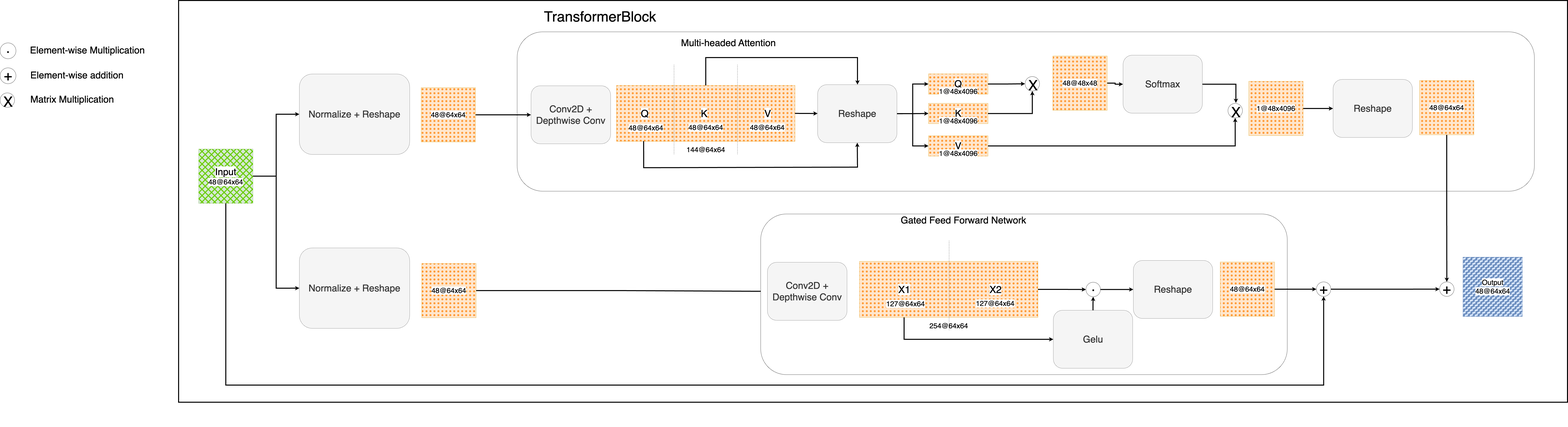
mostafa-k-m/seasalt keeps this draw.io diagram as paper/assets/architecture/TransformerBlock.png. Above is the earlier version. Source tidied: cells renumbered, new cells last; positions are measured from the earlier drawing's top-left corner, leaving out a move shared by most shapes.
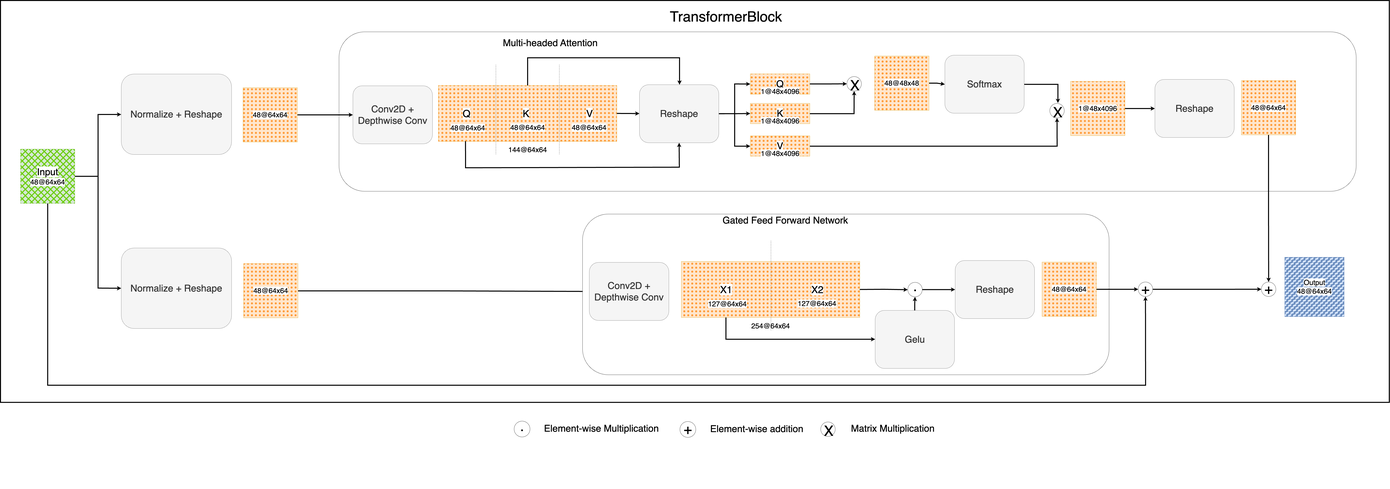
Above is the later version.

Diff of the diagram source:
```````diff
@@ -3,13 +3,13 @@
     <mxCell id="0" />
     <mxCell id="1" parent="0" />
     <mxCell id="2" value="§" style="group;" parent="1" vertex="1">
-      <mxGeometry x="900" width="7003" height="2152" as="geometry" />
+      <mxGeometry x="900" width="7003" height="2464.3" as="geometry" />
     </mxCell>
     <mxCell id="3" value="``````" style="rounded=0;whiteSpace=wrap;html=1;glass=0;strokeWidth=5;" parent="2" vertex="1">
       <mxGeometry width="7003" height="2027.5" as="geometry" />
     </mxCell>
     <mxCell id="4" value="&lt;font style=&quot;font-size: 72px;&quot;&gt;TransformerBlock&lt;/font&gt;" style="text;html=1;align=center;verticalAlign=middle;strokeColor=none;fillColor=none;" parent="2" vertex="1">
-      <mxGeometry x="1833" y="33.9" width="584" height="98" as="geometry" />
+      <mxGeometry x="3366" y="33.9" width="584" height="98" as="geometry" />
     </mxCell>
     <mxCell id="5" style="edgeStyle=orthogonalEdgeStyle;rounded=0;jettySize=auto;html=1;strokeWidth=5;" parent="2" edge="1" source="8" target="9">
       <mxGeometry relative="1" as="geometry" />
@@ -330,8 +330,8 @@
     <mxCell id="101" value="&lt;div&gt;&lt;font style=&quot;font-size: 36px; background-color: light-dark(#ffffff, var(--ge-dark-color, #121212));&quot;&gt;48@64x64&lt;/font&gt;&lt;/div&gt;" style="whiteSpace=wrap;html=1;fillColor=#FF9933;strokeColor=none;strokeWidth=10;fillStyle=dots;" parent="2" vertex="1">
       <mxGeometry x="5252" y="1319.6" width="274" height="274" as="geometry" />
     </mxCell>
-    <mxCell id="102" style="group;" parent="1" vertex="1">
-      <mxGeometry y="192" width="120" height="118" as="geometry" />
+    <mxCell id="102" style="group;" parent="2" vertex="1">
+      <mxGeometry x="2590" y="2100" width="120" height="118" as="geometry" />
     </mxCell>
     <mxCell id="103" style="group;" parent="102" vertex="1">
       <mxGeometry y="20" width="120" height="98" as="geometry" />
@@ -342,11 +342,11 @@
     <mxCell id="105" value="&lt;font style=&quot;font-size: 72px;&quot;&gt;.&lt;/font&gt;" style="text;html=1;align=center;verticalAlign=middle;strokeColor=none;fillColor=none;" parent="102" vertex="1">
       <mxGeometry x="21" width="38" height="98" as="geometry" />
     </mxCell>
-    <mxCell id="106" value="&lt;font style=&quot;font-size: 72px;&quot;&gt;+&lt;/font&gt;" style="ellipse;whiteSpace=wrap;html=1;" parent="1" vertex="1">
-      <mxGeometry y="340" width="80" height="80" as="geometry" />
+    <mxCell id="106" value="&lt;font style=&quot;font-size: 72px;&quot;&gt;+&lt;/font&gt;" style="ellipse;whiteSpace=wrap;html=1;" parent="2" vertex="1">
+      <mxGeometry x="3426" y="2124" width="80" height="80" as="geometry" />
     </mxCell>
-    <mxCell id="107" style="group;" parent="1" vertex="1">
-      <mxGeometry y="464" width="80" height="92.3" as="geometry" />
+    <mxCell id="107" style="group;" parent="2" vertex="1">
+      <mxGeometry x="4136" y="2124" width="80" height="92.3" as="geometry" />
     </mxCell>
     <mxCell id="108" style="ellipse;whiteSpace=wrap;html=1;" parent="107" vertex="1">
       <mxGeometry y="2.4" width="73.1" height="73.1" as="geometry" />
@@ -354,14 +354,14 @@
     <mxCell id="109" value="&lt;font style=&quot;font-size: 72px;&quot;&gt;X&lt;/font&gt;" style="text;html=1;align=center;verticalAlign=middle;strokeColor=none;fillColor=none;" parent="107" vertex="1">
       <mxGeometry x="7" width="66" height="98" as="geometry" />
     </mxCell>
-    <mxCell id="110" value="&lt;font style=&quot;font-size: 48px;&quot;&gt;Element-wise Multiplication&lt;/font&gt;" style="text;html=1;align=left;verticalAlign=middle;strokeColor=none;fillColor=none;" parent="1" vertex="1">
-      <mxGeometry x="149" y="216" width="597" height="70" as="geometry" />
+    <mxCell id="110" value="&lt;font style=&quot;font-size: 48px;&quot;&gt;Element-wise Multiplication&lt;/font&gt;" style="text;html=1;align=left;verticalAlign=middle;strokeColor=none;fillColor=none;" parent="2" vertex="1">
+      <mxGeometry x="2739" y="2124" width="597" height="70" as="geometry" />
     </mxCell>
-    <mxCell id="111" value="&lt;font style=&quot;font-size: 48px;&quot;&gt;Element-wise addition&lt;/font&gt;" style="text;html=1;align=left;verticalAlign=middle;strokeColor=none;fillColor=none;" parent="1" vertex="1">
-      <mxGeometry x="151" y="342" width="488" height="70" as="geometry" />
+    <mxCell id="111" value="&lt;font style=&quot;font-size: 48px;&quot;&gt;Element-wise addition&lt;/font&gt;" style="text;html=1;align=left;verticalAlign=middle;strokeColor=none;fillColor=none;" parent="2" vertex="1">
+      <mxGeometry x="3577" y="2126" width="488" height="70" as="geometry" />
     </mxCell>
-    <mxCell id="112" value="&lt;font style=&quot;font-size: 48px;&quot;&gt;Matrix Multiplication&lt;/font&gt;" style="text;html=1;align=left;verticalAlign=middle;strokeColor=none;fillColor=none;" parent="1" vertex="1">
-      <mxGeometry x="151" y="464" width="439" height="70" as="geometry" />
+    <mxCell id="112" value="&lt;font style=&quot;font-size: 48px;&quot;&gt;Matrix Multiplication&lt;/font&gt;" style="text;html=1;align=left;verticalAlign=middle;strokeColor=none;fillColor=none;" parent="2" vertex="1">
+      <mxGeometry x="4287" y="2124" width="439" height="70" as="geometry" />
     </mxCell>
     <mxCell id="113" value="&lt;font style=&quot;font-size: 36px; background-color: light-dark(#ffffff, var(--ge-dark-color, #121212));&quot;&gt;1@48x4096&lt;/font&gt;" style="text;html=1;strokeColor=none;fillColor=none;align=center;verticalAlign=middle;whiteSpace=wrap;rounded=0;fontSize=20;" parent="1" vertex="1">
       <mxGeometry x="4739.8" y="593.5" width="182.5" height="28.3" as="geometry" />
```````
